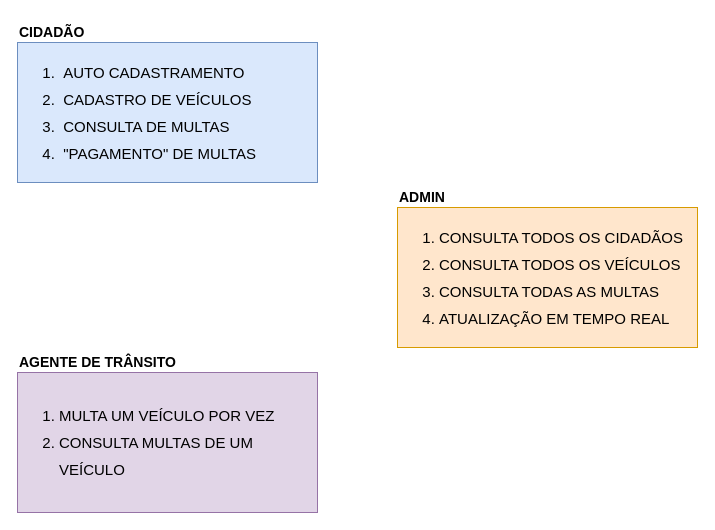
Earlier version of the draw.io diagram page "PROPOSTA" (1 of 3) of POC-MULTA.drawio (robsondouglas/graphql-arch). Source tidied: cells renumbered, new cells numbered last; positions are measured from the earlier drawing's top-left corner, leaving out a move shared by most shapes. Both pictures are drawn from the tidied source at 100%, with x=0, y=0 at pixel (17, 17).
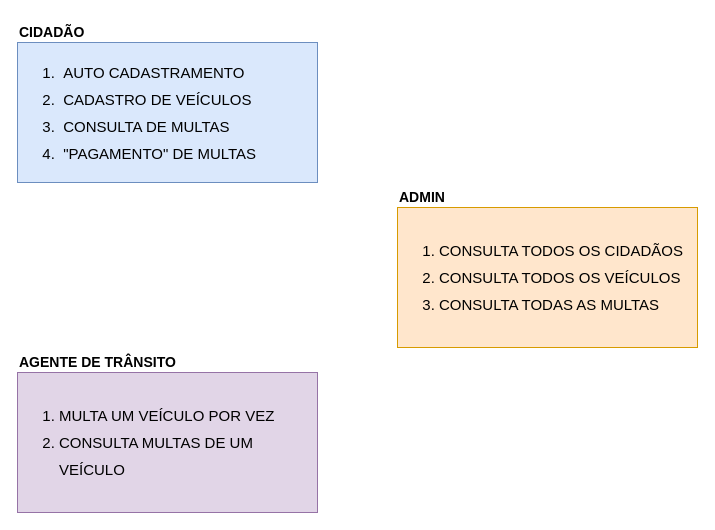
The same diagram, later.

Change to the diagram source:
```diff
@@
 <mxGraphModel>
   <root>
     <mxCell id="0" />
     <mxCell id="1" parent="0" />
     <mxCell id="2" style="group;" parent="1" vertex="1">
       <mxGeometry width="300" height="165" as="geometry" />
     </mxCell>
     <mxCell id="3" value="CIDADÃO" style="text;html=1;strokeColor=none;fillColor=none;align=left;verticalAlign=middle;whiteSpace=wrap;rounded=0;fontStyle=1;fontSize=14;" parent="2" vertex="1">
       <mxGeometry width="300" height="30" as="geometry" />
     </mxCell>
     <mxCell id="4" value="&lt;ol style=&quot;font-size: 15px; line-height: 180%;&quot;&gt;&lt;li&gt;&amp;nbsp;AUTO CADASTRAMENTO&lt;/li&gt;&lt;li&gt;&amp;nbsp;CADASTRO DE VEÍCULOS&lt;/li&gt;&lt;li&gt;&amp;nbsp;CONSULTA DE MULTAS&lt;/li&gt;&lt;li&gt;&amp;nbsp;&quot;PAGAMENTO&quot; DE MULTAS&lt;/li&gt;&lt;/ol&gt;" style="rounded=0;whiteSpace=wrap;html=1;align=left;fillColor=#dae8fc;strokeColor=#6c8ebf;" parent="2" vertex="1">
       <mxGeometry y="25" width="300" height="140" as="geometry" />
     </mxCell>
     <mxCell id="5" style="group;" parent="1" vertex="1">
       <mxGeometry y="330" width="300" height="165" as="geometry" />
     </mxCell>
     <mxCell id="6" value="AGENTE DE TRÂNSITO" style="text;html=1;strokeColor=none;fillColor=none;align=left;verticalAlign=middle;whiteSpace=wrap;rounded=0;fontStyle=1;fontSize=14;" parent="5" vertex="1">
       <mxGeometry width="300" height="30" as="geometry" />
     </mxCell>
     <mxCell id="7" value="&lt;ol style=&quot;font-size: 15px; line-height: 180%;&quot;&gt;&lt;li&gt;MULTA UM VEÍCULO POR VEZ&lt;/li&gt;&lt;li&gt;CONSULTA MULTAS DE UM VEÍCULO&lt;/li&gt;&lt;/ol&gt;" style="rounded=0;whiteSpace=wrap;html=1;align=left;fillColor=#e1d5e7;strokeColor=#9673a6;" parent="5" vertex="1">
       <mxGeometry y="25" width="300" height="140" as="geometry" />
     </mxCell>
     <mxCell id="8" style="group;" parent="1" vertex="1">
       <mxGeometry x="380" y="165" width="300" height="165" as="geometry" />
     </mxCell>
     <mxCell id="9" value="ADMIN" style="text;html=1;strokeColor=none;fillColor=none;align=left;verticalAlign=middle;whiteSpace=wrap;rounded=0;fontStyle=1;fontSize=14;" parent="8" vertex="1">
       <mxGeometry width="300" height="30" as="geometry" />
     </mxCell>
-    <mxCell id="10" value="&lt;ol style=&quot;font-size: 15px; line-height: 180%;&quot;&gt;&lt;li&gt;CONSULTA TODOS OS CIDADÃOS&lt;/li&gt;&lt;li&gt;CONSULTA TODOS OS VEÍCULOS&lt;/li&gt;&lt;li&gt;CONSULTA TODAS AS MULTAS&lt;/li&gt;&lt;li&gt;ATUALIZAÇÃO EM TEMPO REAL&lt;/li&gt;&lt;/ol&gt;" style="rounded=0;whiteSpace=wrap;html=1;align=left;fillColor=#ffe6cc;strokeColor=#d79b00;" parent="8" vertex="1">
+    <mxCell id="10" value="&lt;ol style=&quot;font-size: 15px; line-height: 180%;&quot;&gt;&lt;li&gt;CONSULTA TODOS OS CIDADÃOS&lt;/li&gt;&lt;li&gt;CONSULTA TODOS OS VEÍCULOS&lt;/li&gt;&lt;li&gt;CONSULTA TODAS AS MULTAS&lt;/li&gt;&lt;/ol&gt;" style="rounded=0;whiteSpace=wrap;html=1;align=left;fillColor=#ffe6cc;strokeColor=#d79b00;" parent="8" vertex="1">
       <mxGeometry y="25" width="300" height="140" as="geometry" />
     </mxCell>
   </root>
 </mxGraphModel>
```
